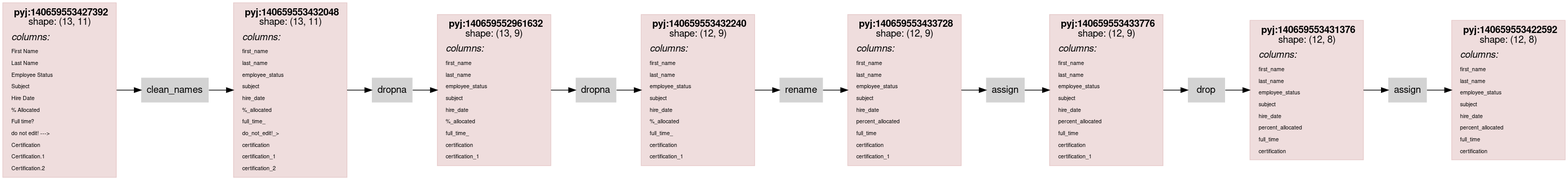
asmirnov69/pyjviz-poc keeps this Graphviz diagram as scripts/rdflog/dirty-clean.ttl.dot.png. Above is the earlier version. Its source is kept beside it as scripts/rdflog/dirty-clean.ttl.dot.
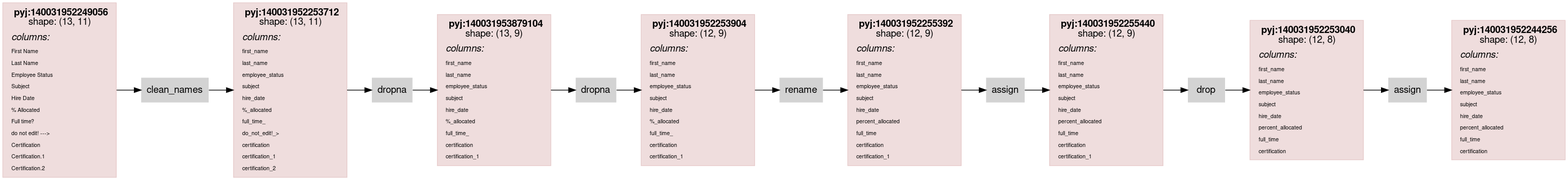
Later version of the same file.

Change to the diagram source:
```diff
@@ -14,7 +14,7 @@
                 color="#88000022"
                 shape = rect
                 label = <<table border="0" cellborder="0" cellspacing="0" cellpadding="4">
-                         <tr> <td> <b>pyj:140659553427392</b><br/>shape: (13, 11)</td> </tr>
+                         <tr> <td> <b>pyj:140031952249056</b><br/>shape: (13, 11)</td> </tr>
                          <tr> <td align="left"><i>columns:</i><br align="left"/></td></tr>
                 <tr><td align="left"><FONT POINT-SIZE="8px">First Name</FONT></td></tr>
 <tr><td align="left"><FONT POINT-SIZE="8px">Last Name</FONT></td></tr>
@@ -33,7 +33,7 @@
                 color="#88000022"
                 shape = rect
                 label = <<table border="0" cellborder="0" cellspacing="0" cellpadding="4">
-                         <tr> <td> <b>pyj:140659553432048</b><br/>shape: (13, 11)</td> </tr>
+                         <tr> <td> <b>pyj:140031952253712</b><br/>shape: (13, 11)</td> </tr>
                          <tr> <td align="left"><i>columns:</i><br align="left"/></td></tr>
                 <tr><td align="left"><FONT POINT-SIZE="8px">first_name</FONT></td></tr>
 <tr><td align="left"><FONT POINT-SIZE="8px">last_name</FONT></td></tr>
@@ -52,7 +52,7 @@
                 color="#88000022"
                 shape = rect
                 label = <<table border="0" cellborder="0" cellspacing="0" cellpadding="4">
-                         <tr> <td> <b>pyj:140659552961632</b><br/>shape: (13, 9)</td> </tr>
+                         <tr> <td> <b>pyj:140031953879104</b><br/>shape: (13, 9)</td> </tr>
                          <tr> <td align="left"><i>columns:</i><br align="left"/></td></tr>
                 <tr><td align="left"><FONT POINT-SIZE="8px">first_name</FONT></td></tr>
 <tr><td align="left"><FONT POINT-SIZE="8px">last_name</FONT></td></tr>
@@ -69,7 +69,7 @@
                 color="#88000022"
                 shape = rect
                 label = <<table border="0" cellborder="0" cellspacing="0" cellpadding="4">
-                         <tr> <td> <b>pyj:140659553432240</b><br/>shape: (12, 9)</td> </tr>
+                         <tr> <td> <b>pyj:140031952253904</b><br/>shape: (12, 9)</td> </tr>
                          <tr> <td align="left"><i>columns:</i><br align="left"/></td></tr>
                 <tr><td align="left"><FONT POINT-SIZE="8px">first_name</FONT></td></tr>
 <tr><td align="left"><FONT POINT-SIZE="8px">last_name</FONT></td></tr>
@@ -86,7 +86,7 @@
                 color="#88000022"
                 shape = rect
                 label = <<table border="0" cellborder="0" cellspacing="0" cellpadding="4">
-                         <tr> <td> <b>pyj:140659553433728</b><br/>shape: (12, 9)</td> </tr>
+                         <tr> <td> <b>pyj:140031952255392</b><br/>shape: (12, 9)</td> </tr>
                          <tr> <td align="left"><i>columns:</i><br align="left"/></td></tr>
                 <tr><td align="left"><FONT POINT-SIZE="8px">first_name</FONT></td></tr>
 <tr><td align="left"><FONT POINT-SIZE="8px">last_name</FONT></td></tr>
@@ -103,7 +103,7 @@
                 color="#88000022"
                 shape = rect
                 label = <<table border="0" cellborder="0" cellspacing="0" cellpadding="4">
-                         <tr> <td> <b>pyj:140659553433776</b><br/>shape: (12, 9)</td> </tr>
+                         <tr> <td> <b>pyj:140031952255440</b><br/>shape: (12, 9)</td> </tr>
                          <tr> <td align="left"><i>columns:</i><br align="left"/></td></tr>
                 <tr><td align="left"><FONT POINT-SIZE="8px">first_name</FONT></td></tr>
 <tr><td align="left"><FONT POINT-SIZE="8px">last_name</FONT></td></tr>
@@ -120,7 +120,7 @@
                 color="#88000022"
                 shape = rect
                 label = <<table border="0" cellborder="0" cellspacing="0" cellpadding="4">
-                         <tr> <td> <b>pyj:140659553431376</b><br/>shape: (12, 8)</td> </tr>
+                         <tr> <td> <b>pyj:140031952253040</b><br/>shape: (12, 8)</td> </tr>
                          <tr> <td align="left"><i>columns:</i><br align="left"/></td></tr>
                 <tr><td align="left"><FONT POINT-SIZE="8px">first_name</FONT></td></tr>
 <tr><td align="left"><FONT POINT-SIZE="8px">last_name</FONT></td></tr>
@@ -136,7 +136,7 @@
                 color="#88000022"
                 shape = rect
                 label = <<table border="0" cellborder="0" cellspacing="0" cellpadding="4">
-                         <tr> <td> <b>pyj:140659553422592</b><br/>shape: (12, 8)</td> </tr>
+                         <tr> <td> <b>pyj:140031952244256</b><br/>shape: (12, 8)</td> </tr>
                          <tr> <td align="left"><i>columns:</i><br align="left"/></td></tr>
                 <tr><td align="left"><FONT POINT-SIZE="8px">first_name</FONT></td></tr>
 <tr><td align="left"><FONT POINT-SIZE="8px">last_name</FONT></td></tr>
```
